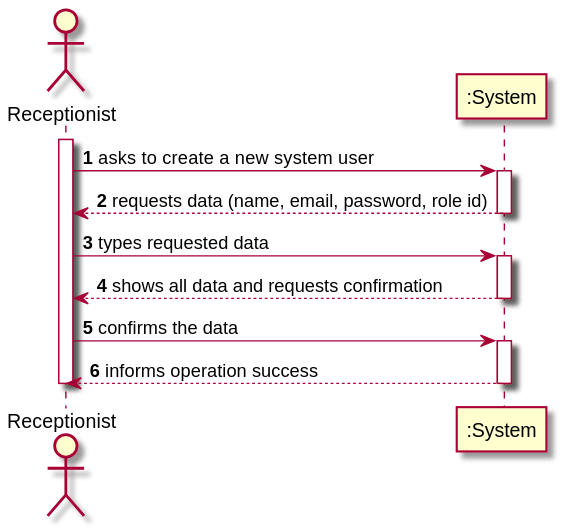
Earlier version of the PlantUML export docs/SprintB/US003/US003_SSD.svg (Pirussa/lei-22-s2-1da-g02).
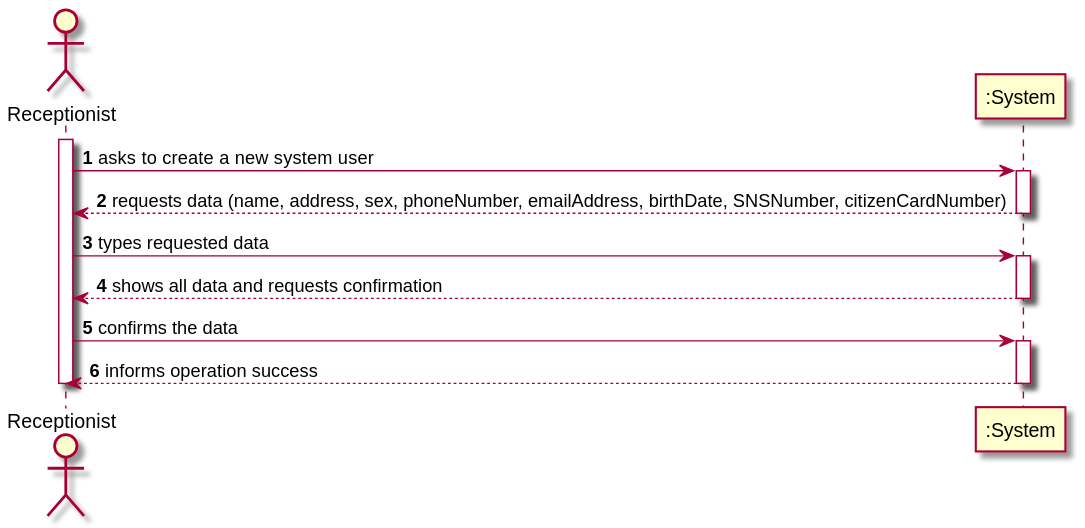
Later version of the same file.

The edit, as a diff of the source:
```diff
@@ -5,7 +5,7 @@
 activate RE
 RE -> ":System" : asks to create a new system user
 activate ":System"
-":System" --> RE : requests data (name, email, password, role id)
+":System" --> RE : requests data (name, address, sex, phoneNumber, emailAddress, birthDate, SNSNumber, citizenCardNumber)
 deactivate ":System"
 
 RE -> ":System" : types requested data
```
